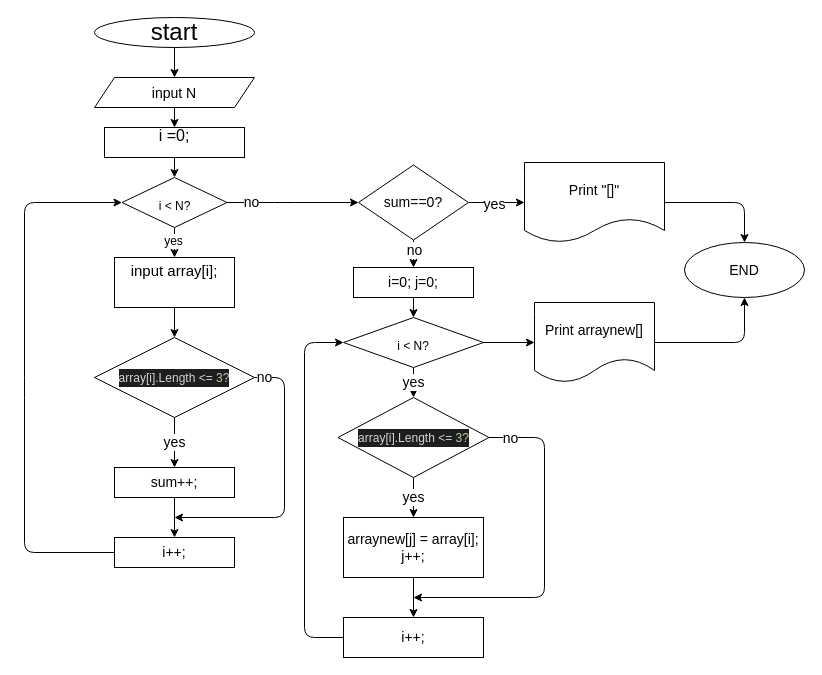
Before: Блок-схема.drawio in LaraMatveeva/ProjektOwn, a draw.io diagram. Source tidied: cells renumbered, new cells numbered last; positions are measured from the earlier drawing's top-left corner, leaving out a move shared by most shapes. Both pictures are drawn from the tidied source at 100%, with x=0, y=0 at pixel (24, 17).
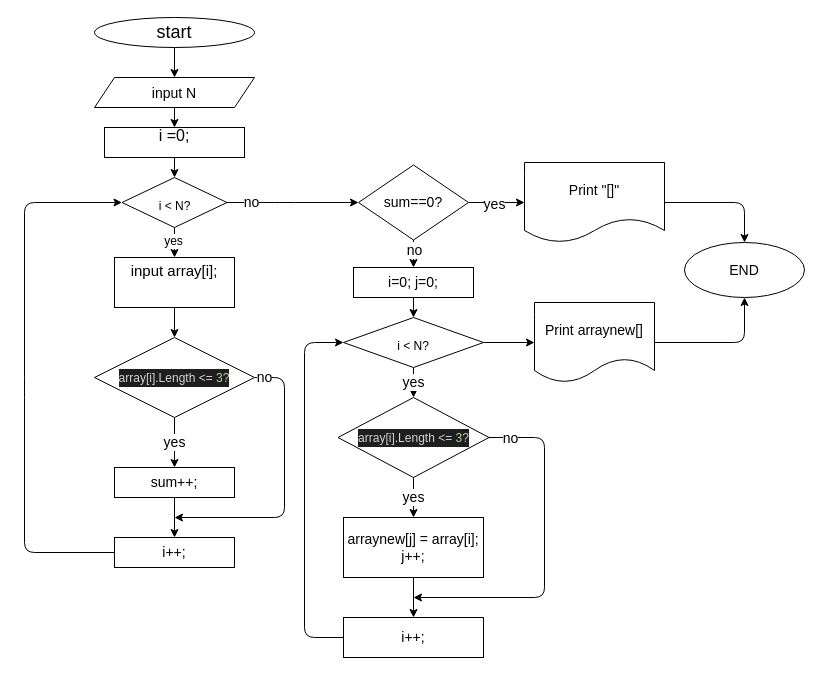
The same diagram, later.

Commit message:
Create and modify file Блок-схема

What changed in the source:
```diff
@@
-    <mxCell id="3" value="&lt;font style=&quot;font-size: 24px&quot;&gt;start&lt;/font&gt;" style="ellipse;whiteSpace=wrap;html=1;" parent="1" vertex="1">
+    <mxCell id="3" value="&lt;font style=&quot;font-size: 18px&quot;&gt;start&lt;/font&gt;" style="ellipse;whiteSpace=wrap;html=1;" parent="1" vertex="1">
       <mxGeometry x="70" width="160" height="30" as="geometry" />
     </mxCell>
```
